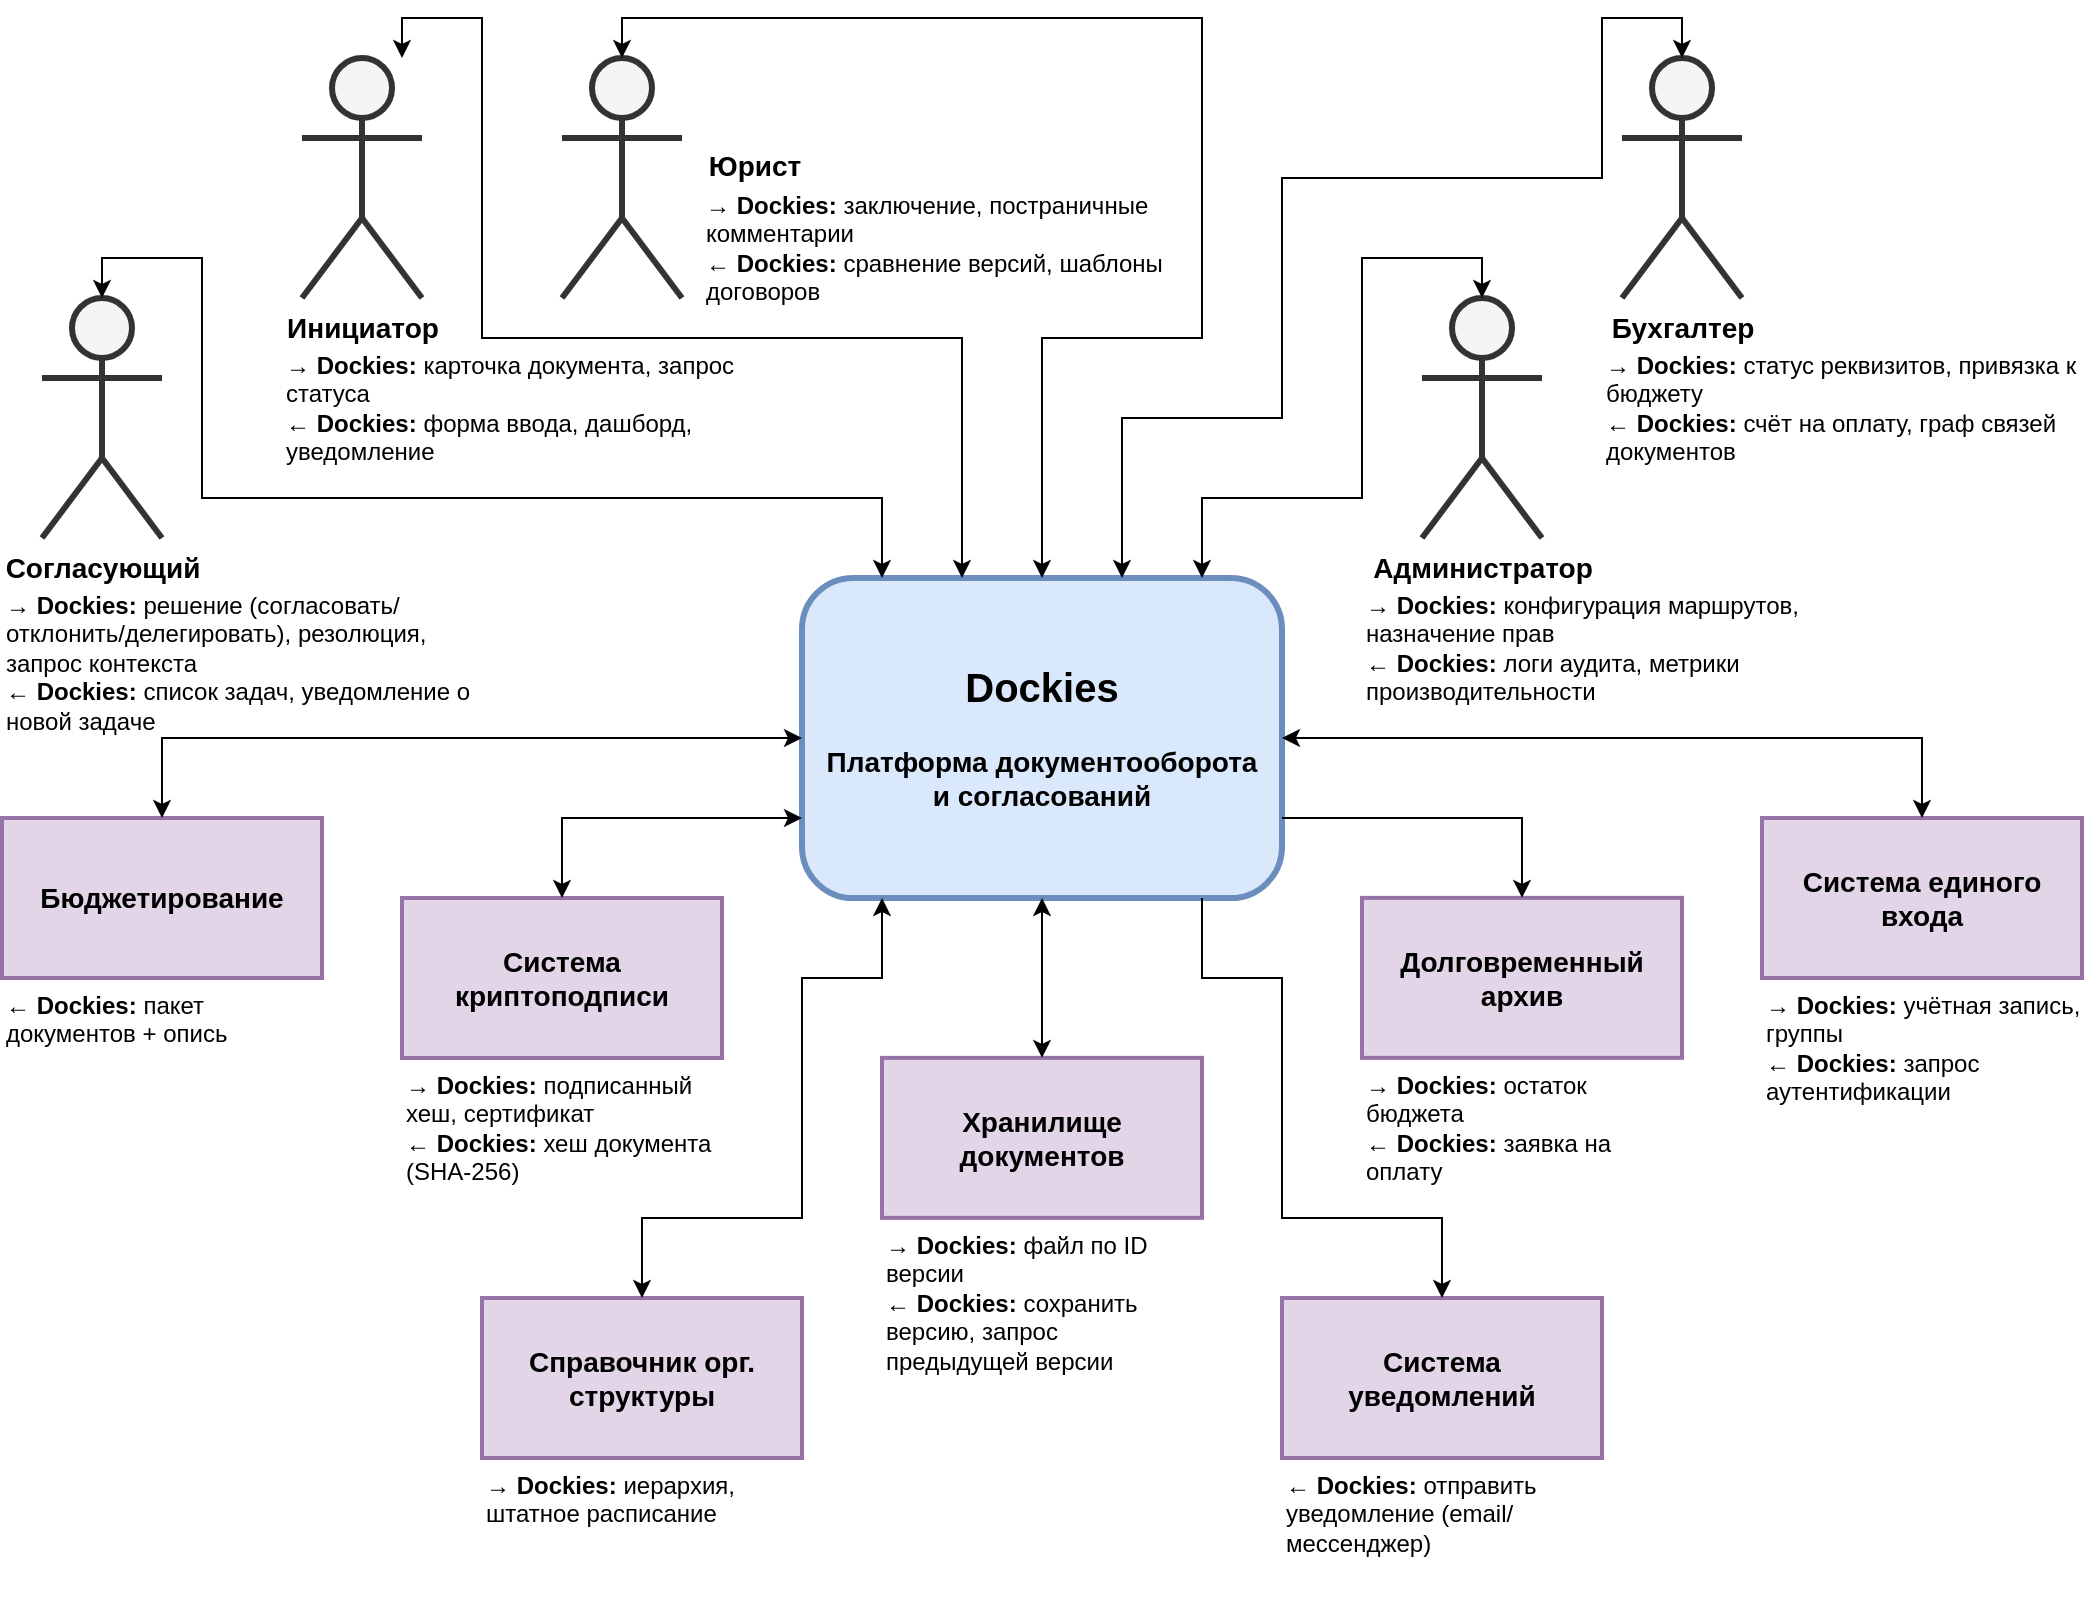
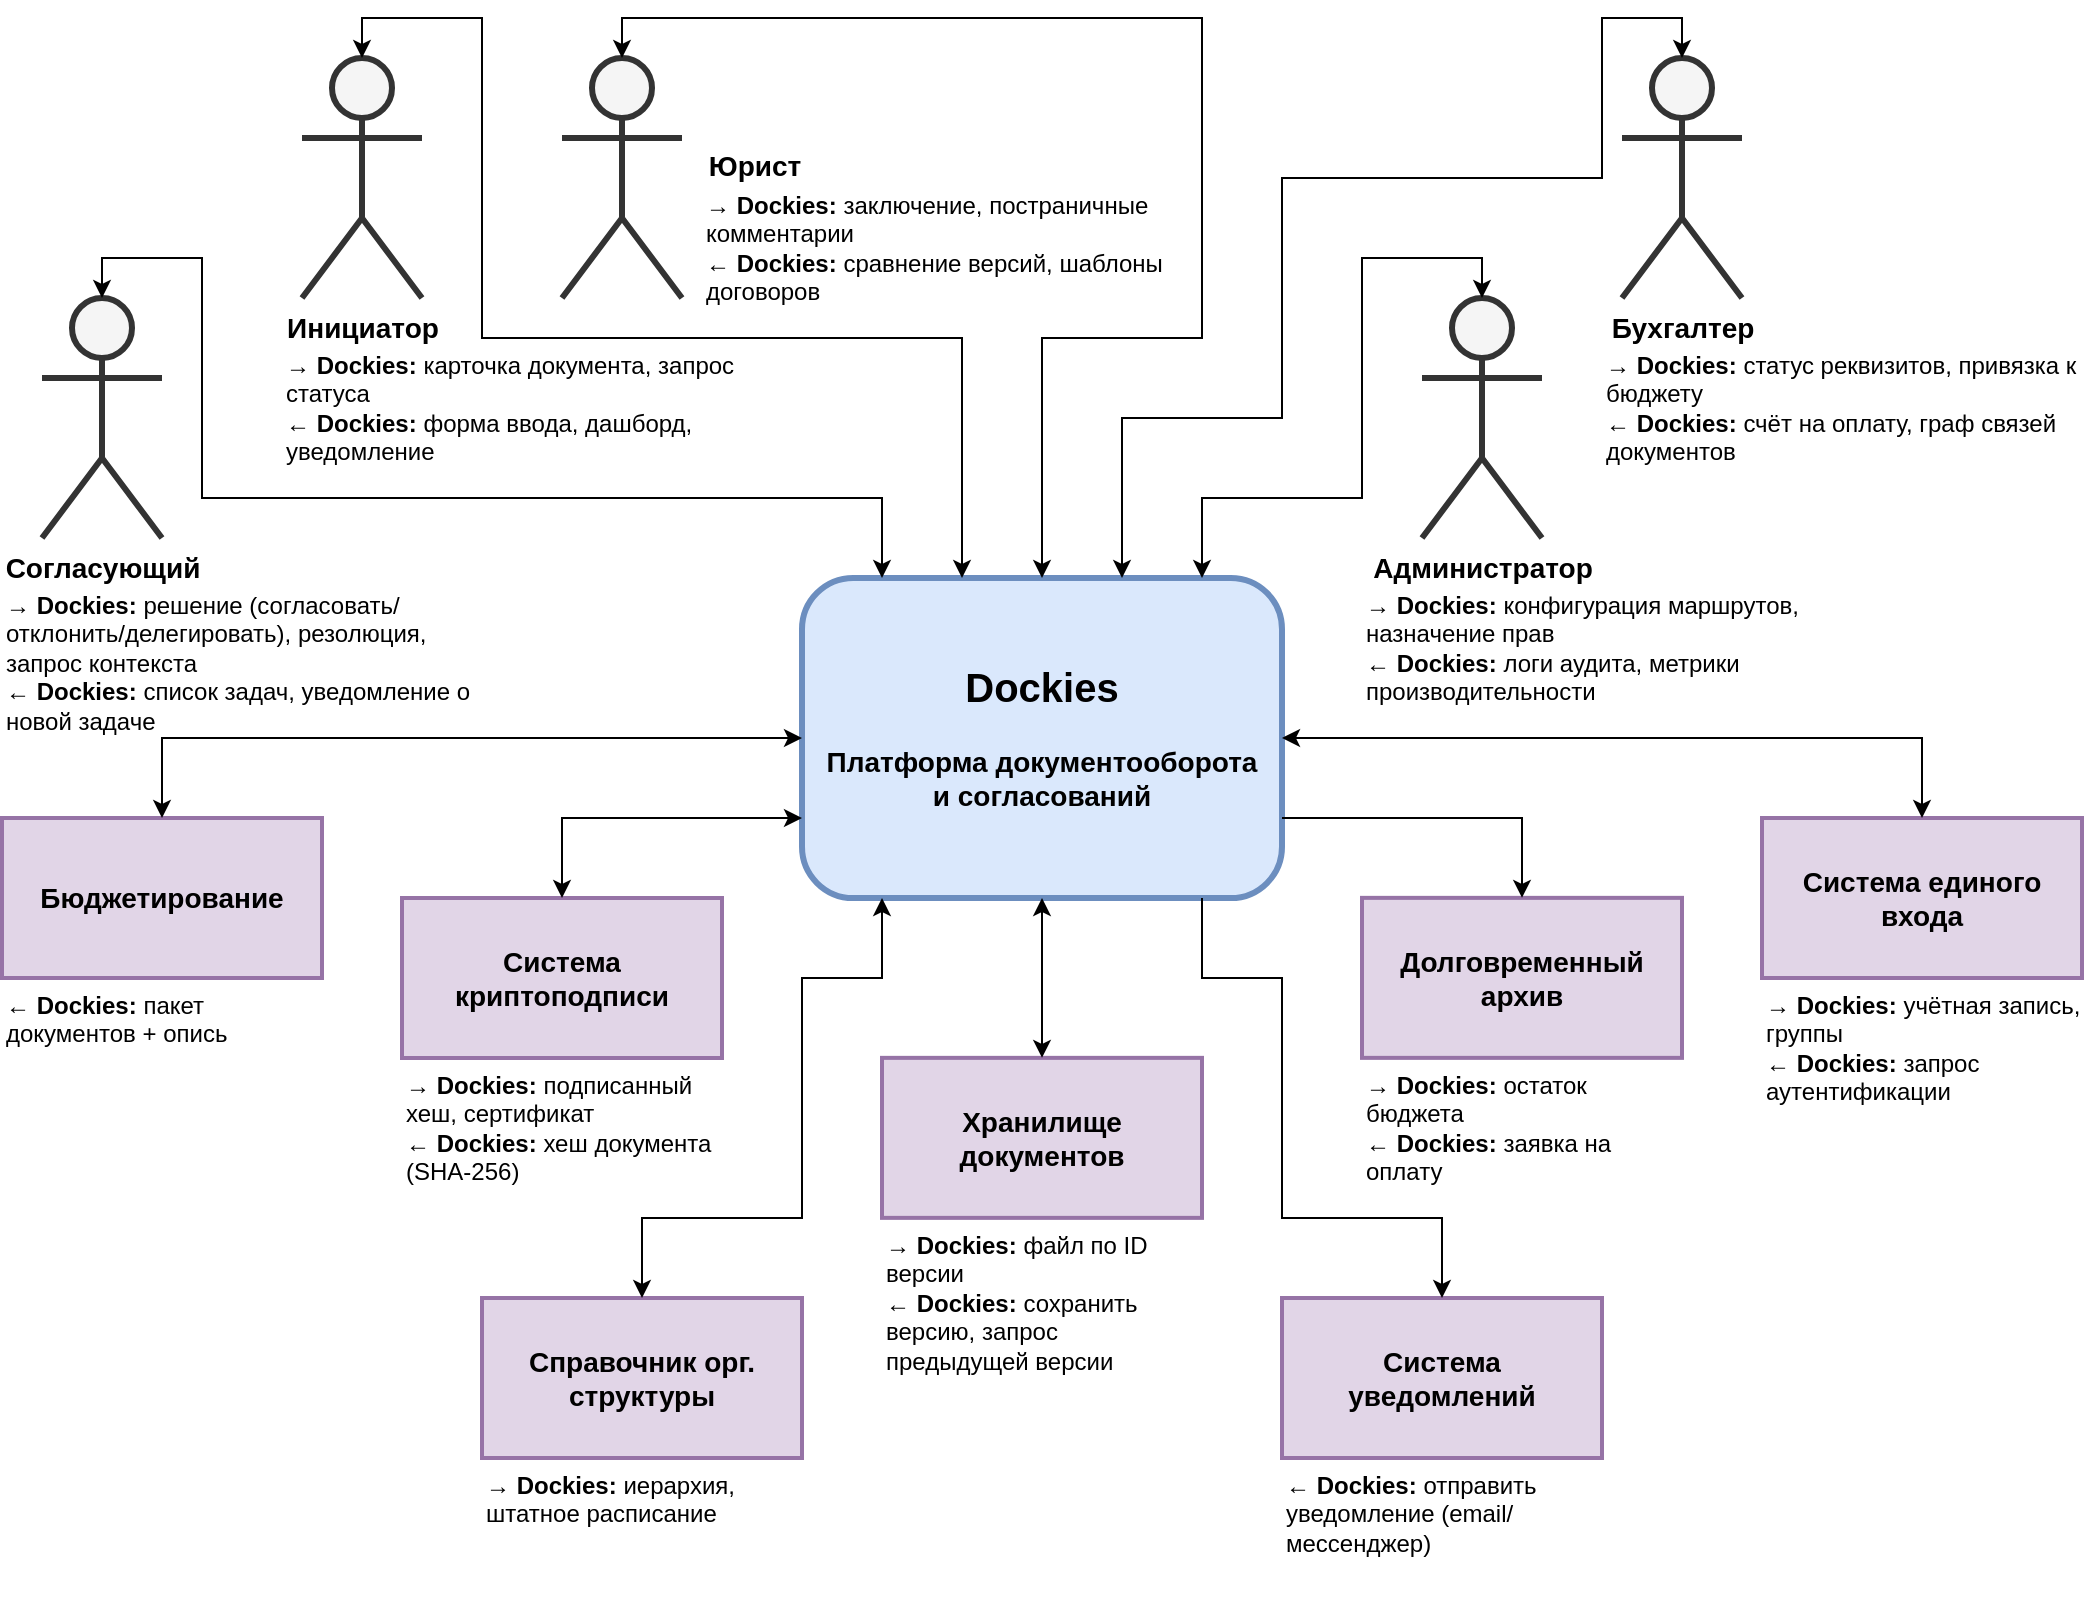
- <mxfile host="drawio-plugin" modified="2026-05-20T16:00:39.838Z" agent="Mozilla/5.0 (Windows NT 10.0; Win64; x64) AppleWebKit/537.36 (KHTML, like Gecko) Chrome/137.0.0.0 Safari/537.36" etag="QXG0xxcirUBjGd_FqxHp" version="22.1.22" type="embed">
+ <mxfile host="drawio-plugin" modified="2026-05-21T10:26:29.912Z" agent="Mozilla/5.0 (Windows NT 10.0; Win64; x64) AppleWebKit/537.36 (KHTML, like Gecko) Chrome/137.0.0.0 Safari/537.36" etag="2q7IQHl7aEFqTe0_yePz" version="22.1.22" type="embed">
  <diagram name="Контекстная диаграмма Dockies" id="dockies-context">
-     <mxGraphModel dx="671" dy="398" grid="1" gridSize="10" guides="1" tooltips="1" connect="1" arrows="1" fold="1" page="1" pageScale="1" pageWidth="1600" pageHeight="1200" math="0" shadow="0">
+     <mxGraphModel dx="536" dy="280" grid="1" gridSize="10" guides="1" tooltips="1" connect="1" arrows="1" fold="1" page="1" pageScale="1" pageWidth="1600" pageHeight="1200" math="0" shadow="0">
      <root>
        <mxCell id="0" />
        <mxCell id="1" parent="0" />
        <mxCell id="dockies" value="&lt;b style=&quot;font-size:20px&quot;&gt;Dockies&lt;br&gt;&lt;/b&gt;&lt;br&gt;Платформа документооборота&lt;br&gt;и согласований" style="rounded=1;whiteSpace=wrap;html=1;fillColor=#dae8fc;strokeColor=#6c8ebf;strokeWidth=3;fontSize=14;fontStyle=1;align=center;arcSize=16;" parent="1" vertex="1">
          <mxGeometry x="880" y="640" width="240" height="160" as="geometry" />
        </mxCell>
        <mxCell id="initiator" value="Инициатор" style="shape=umlActor;verticalLabelPosition=bottom;verticalAlign=top;html=1;outlineConnect=0;strokeWidth=3;fillColor=#f5f5f5;strokeColor=#333333;fontSize=14;fontStyle=1" parent="1" vertex="1">
          <mxGeometry x="630" y="380" width="60" height="120" as="geometry" />
        </mxCell>
        <mxCell id="initiator-text" value="&lt;b style=&quot;font-size: 12px;&quot;&gt;→ Dockies:&lt;/b&gt; карточка документа, запрос статуса&lt;br style=&quot;font-size: 12px;&quot;&gt;&lt;b style=&quot;font-size: 12px;&quot;&gt;← Dockies:&lt;/b&gt; форма ввода, дашборд, уведомление" style="text;html=1;strokeColor=none;fillColor=none;align=left;verticalAlign=top;whiteSpace=wrap;fontSize=12;" parent="1" vertex="1">
          <mxGeometry x="620" y="520" width="240" height="80" as="geometry" />
        </mxCell>
-         <mxCell id="edge-init" style="edgeStyle=orthogonalEdgeStyle;rounded=0;orthogonalLoop=1;jettySize=auto;html=1;endArrow=classic;startArrow=classic;endFill=1;startFill=1;" parent="1" source="initiator" target="dockies" edge="1">
+         <mxCell id="edge-init" style="edgeStyle=orthogonalEdgeStyle;rounded=0;orthogonalLoop=1;jettySize=auto;html=1;endArrow=classic;startArrow=classic;endFill=1;startFill=1;exitX=0.5;exitY=0;exitDx=0;exitDy=0;exitPerimeter=0;" parent="1" source="initiator" target="dockies" edge="1">
          <mxGeometry relative="1" as="geometry">
            <Array as="points">
-               <mxPoint x="680" y="360" />
+               <mxPoint x="660" y="360" />
              <mxPoint x="720" y="360" />
              <mxPoint x="720" y="520" />
              <mxPoint x="960" y="520" />
            </Array>
          </mxGeometry>
        </mxCell>
        <mxCell id="approver" value="Согласующий" style="shape=umlActor;verticalLabelPosition=bottom;verticalAlign=top;html=1;outlineConnect=0;strokeWidth=3;fillColor=#f5f5f5;strokeColor=#333333;fontSize=14;fontStyle=1" parent="1" vertex="1">
          <mxGeometry x="500" y="500" width="60" height="120" as="geometry" />
        </mxCell>
        <mxCell id="approver-text" value="&lt;b style=&quot;font-size: 12px;&quot;&gt;→ Dockies:&lt;/b&gt; решение (согласовать/отклонить/делегировать), резолюция, запрос контекста&lt;br style=&quot;font-size: 12px;&quot;&gt;&lt;b style=&quot;font-size: 12px;&quot;&gt;← Dockies:&lt;/b&gt; список задач, уведомление о новой задаче" style="text;html=1;strokeColor=none;fillColor=none;align=left;verticalAlign=top;whiteSpace=wrap;fontSize=12;" parent="1" vertex="1">
          <mxGeometry x="480" y="640" width="240" height="80" as="geometry" />
        </mxCell>
        <mxCell id="edge-appr" style="edgeStyle=orthogonalEdgeStyle;rounded=0;orthogonalLoop=1;jettySize=auto;html=1;endArrow=classic;startArrow=classic;endFill=1;startFill=1;" parent="1" source="approver" target="dockies" edge="1">
          <mxGeometry relative="1" as="geometry">
            <Array as="points">
              <mxPoint x="530" y="480" />
              <mxPoint x="580" y="480" />
              <mxPoint x="580" y="600" />
              <mxPoint x="920" y="600" />
            </Array>
          </mxGeometry>
        </mxCell>
        <mxCell id="lawyer" value="Юрист" style="shape=umlActor;verticalLabelPosition=bottom;verticalAlign=top;html=1;outlineConnect=0;strokeWidth=3;fillColor=#f5f5f5;strokeColor=#333333;fontSize=14;fontStyle=1;spacingLeft=132;spacingBottom=0;spacingRight=0;spacingTop=-81;" parent="1" vertex="1">
          <mxGeometry x="760" y="380" width="60" height="120" as="geometry" />
        </mxCell>
        <mxCell id="lawyer-text" value="&lt;b style=&quot;font-size: 12px;&quot;&gt;→ Dockies:&lt;/b&gt; заключение, постраничные комментарии&lt;br style=&quot;font-size: 12px;&quot;&gt;&lt;b style=&quot;font-size: 12px;&quot;&gt;← Dockies:&lt;/b&gt; сравнение версий, шаблоны договоров" style="text;html=1;strokeColor=none;fillColor=none;align=left;verticalAlign=top;whiteSpace=wrap;fontSize=12;" parent="1" vertex="1">
          <mxGeometry x="830" y="440" width="240" height="80" as="geometry" />
        </mxCell>
        <mxCell id="edge-law" style="edgeStyle=orthogonalEdgeStyle;rounded=0;orthogonalLoop=1;jettySize=auto;html=1;endArrow=classic;startArrow=classic;endFill=1;startFill=1;" parent="1" source="lawyer" target="dockies" edge="1">
          <mxGeometry relative="1" as="geometry">
            <Array as="points">
              <mxPoint x="790" y="360" />
              <mxPoint x="1080" y="360" />
              <mxPoint x="1080" y="520" />
              <mxPoint x="1000" y="520" />
            </Array>
          </mxGeometry>
        </mxCell>
        <mxCell id="accountant" value="Бухгалтер" style="shape=umlActor;verticalLabelPosition=bottom;verticalAlign=top;html=1;outlineConnect=0;strokeWidth=3;fillColor=#f5f5f5;strokeColor=#333333;fontSize=14;fontStyle=1" parent="1" vertex="1">
          <mxGeometry x="1290" y="380" width="60" height="120" as="geometry" />
        </mxCell>
        <mxCell id="accountant-text" value="&lt;b style=&quot;font-size: 12px;&quot;&gt;→ Dockies:&lt;/b&gt; статус реквизитов, привязка к бюджету&lt;br style=&quot;font-size: 12px;&quot;&gt;&lt;b style=&quot;font-size: 12px;&quot;&gt;← Dockies:&lt;/b&gt; счёт на оплату, граф связей документов" style="text;html=1;strokeColor=none;fillColor=none;align=left;verticalAlign=top;whiteSpace=wrap;fontSize=12;" parent="1" vertex="1">
          <mxGeometry x="1280" y="520" width="240" height="80" as="geometry" />
        </mxCell>
        <mxCell id="edge-acc" style="edgeStyle=orthogonalEdgeStyle;rounded=0;orthogonalLoop=1;jettySize=auto;html=1;endArrow=classic;startArrow=classic;endFill=1;startFill=1;" parent="1" source="accountant" target="dockies" edge="1">
          <mxGeometry relative="1" as="geometry">
            <Array as="points">
              <mxPoint x="1320" y="360" />
              <mxPoint x="1280" y="360" />
              <mxPoint x="1280" y="440" />
              <mxPoint x="1120" y="440" />
              <mxPoint x="1120" y="560" />
              <mxPoint x="1040" y="560" />
            </Array>
          </mxGeometry>
        </mxCell>
        <mxCell id="admin" value="Администратор" style="shape=umlActor;verticalLabelPosition=bottom;verticalAlign=top;html=1;outlineConnect=0;strokeWidth=3;fillColor=#f5f5f5;strokeColor=#333333;fontSize=14;fontStyle=1" parent="1" vertex="1">
          <mxGeometry x="1190" y="500" width="60" height="120" as="geometry" />
        </mxCell>
        <mxCell id="admin-text" value="&lt;b style=&quot;font-size: 12px;&quot;&gt;→ Dockies:&lt;/b&gt; конфигурация маршрутов, назначение прав&lt;br style=&quot;font-size: 12px;&quot;&gt;&lt;b style=&quot;font-size: 12px;&quot;&gt;← Dockies:&lt;/b&gt; логи аудита, метрики производительности" style="text;html=1;strokeColor=none;fillColor=none;align=left;verticalAlign=top;whiteSpace=wrap;fontSize=12;" parent="1" vertex="1">
          <mxGeometry x="1160" y="640" width="240" height="80" as="geometry" />
        </mxCell>
        <mxCell id="edge-adm" style="edgeStyle=orthogonalEdgeStyle;rounded=0;orthogonalLoop=1;jettySize=auto;html=1;endArrow=classic;startArrow=classic;endFill=1;startFill=1;" parent="1" source="admin" target="dockies" edge="1">
          <mxGeometry relative="1" as="geometry">
            <Array as="points">
              <mxPoint x="1220" y="480" />
              <mxPoint x="1160" y="480" />
              <mxPoint x="1160" y="600" />
              <mxPoint x="1080" y="600" />
            </Array>
          </mxGeometry>
        </mxCell>
        <mxCell id="sso" value="&lt;font style=&quot;font-size: 14px;&quot;&gt;Система единого входа&lt;/font&gt;" style="rounded=0;whiteSpace=wrap;html=1;fillColor=#e1d5e7;strokeColor=#9673a6;strokeWidth=2;fontSize=14;fontStyle=1;" parent="1" vertex="1">
          <mxGeometry x="1360" y="760" width="160" height="80" as="geometry" />
        </mxCell>
        <mxCell id="sso-text" value="&lt;b style=&quot;font-size: 12px;&quot;&gt;→ Dockies:&lt;/b&gt; учётная запись, группы&lt;br style=&quot;font-size: 12px;&quot;&gt;&lt;b style=&quot;font-size: 12px;&quot;&gt;← Dockies:&lt;/b&gt; запрос аутентификации" style="text;html=1;strokeColor=none;fillColor=none;align=left;verticalAlign=top;whiteSpace=wrap;fontSize=12;" parent="1" vertex="1">
          <mxGeometry x="1360" y="840" width="160" height="80" as="geometry" />
        </mxCell>
        <mxCell id="edge-sso" style="edgeStyle=orthogonalEdgeStyle;rounded=0;orthogonalLoop=1;jettySize=auto;html=1;endArrow=classic;startArrow=classic;endFill=1;startFill=1;" parent="1" source="sso" target="dockies" edge="1">
          <mxGeometry relative="1" as="geometry">
            <Array as="points">
              <mxPoint x="1440" y="720" />
            </Array>
          </mxGeometry>
        </mxCell>
        <mxCell id="storage" value="&lt;font style=&quot;font-size: 14px;&quot;&gt;Хранилище документов&lt;/font&gt;" style="rounded=0;whiteSpace=wrap;html=1;fillColor=#e1d5e7;strokeColor=#9673a6;strokeWidth=2;fontSize=14;fontStyle=1;" parent="1" vertex="1">
          <mxGeometry x="920" y="879.9300000000001" width="160" height="80" as="geometry" />
        </mxCell>
        <mxCell id="storage-text" value="&lt;font style=&quot;font-size: 12px;&quot;&gt;&lt;b style=&quot;font-size: 12px;&quot;&gt;→ Dockies:&lt;/b&gt; файл по ID версии&lt;br style=&quot;font-size: 12px;&quot;&gt;&lt;b style=&quot;font-size: 12px;&quot;&gt;← Dockies:&lt;/b&gt; сохранить версию, запрос предыдущей версии&lt;/font&gt;" style="text;html=1;strokeColor=none;fillColor=none;align=left;verticalAlign=top;whiteSpace=wrap;fontSize=12;" parent="1" vertex="1">
          <mxGeometry x="920" y="959.9300000000001" width="160" height="80" as="geometry" />
        </mxCell>
        <mxCell id="edge-stor" style="edgeStyle=orthogonalEdgeStyle;rounded=0;orthogonalLoop=1;jettySize=auto;html=1;endArrow=classic;startArrow=classic;endFill=1;startFill=1;exitX=0.5;exitY=0;exitDx=0;exitDy=0;" parent="1" source="storage" target="dockies" edge="1">
          <mxGeometry relative="1" as="geometry">
            <Array as="points">
              <mxPoint x="1000" y="840" />
              <mxPoint x="1000" y="840" />
            </Array>
            <mxPoint x="1030" y="970" as="sourcePoint" />
          </mxGeometry>
        </mxCell>
        <mxCell id="notif" value="&lt;font style=&quot;font-size: 14px;&quot;&gt;Система &lt;br style=&quot;font-size: 14px;&quot;&gt;уведомлений&lt;/font&gt;" style="rounded=0;whiteSpace=wrap;html=1;fillColor=#e1d5e7;strokeColor=#9673a6;strokeWidth=2;fontSize=14;fontStyle=1;" parent="1" vertex="1">
          <mxGeometry x="1120" y="1000" width="160" height="80" as="geometry" />
        </mxCell>
        <mxCell id="notif-text" value="&lt;b style=&quot;font-size: 12px;&quot;&gt;← Dockies:&lt;/b&gt; отправить уведомление (email/мессенджер)" style="text;html=1;strokeColor=none;fillColor=none;align=left;verticalAlign=top;whiteSpace=wrap;fontSize=12;" parent="1" vertex="1">
          <mxGeometry x="1120" y="1080" width="160" height="80" as="geometry" />
        </mxCell>
        <mxCell id="edge-notif" style="edgeStyle=orthogonalEdgeStyle;rounded=0;orthogonalLoop=1;jettySize=auto;html=1;endArrow=classic;endFill=1;" parent="1" source="dockies" target="notif" edge="1">
          <mxGeometry relative="1" as="geometry">
            <Array as="points">
              <mxPoint x="1080" y="840" />
              <mxPoint x="1120" y="840" />
              <mxPoint x="1120" y="960" />
              <mxPoint x="1200" y="960" />
            </Array>
          </mxGeometry>
        </mxCell>
        <mxCell id="org" value="&lt;font style=&quot;font-size: 14px;&quot;&gt;Справочник орг. структуры&lt;/font&gt;" style="rounded=0;whiteSpace=wrap;html=1;fillColor=#e1d5e7;strokeColor=#9673a6;strokeWidth=2;fontSize=14;fontStyle=1;" parent="1" vertex="1">
          <mxGeometry x="720" y="1000" width="160" height="80" as="geometry" />
        </mxCell>
        <mxCell id="org-text" value="&lt;font style=&quot;font-size: 12px;&quot;&gt;&lt;b style=&quot;font-size: 12px;&quot;&gt;→ Dockies:&lt;/b&gt; иерархия, штатное расписание&lt;/font&gt;" style="text;html=1;strokeColor=none;fillColor=none;align=left;verticalAlign=top;whiteSpace=wrap;fontSize=12;" parent="1" vertex="1">
          <mxGeometry x="720" y="1080" width="160" height="80" as="geometry" />
        </mxCell>
        <mxCell id="edge-org" style="edgeStyle=orthogonalEdgeStyle;rounded=0;orthogonalLoop=1;jettySize=auto;html=1;endArrow=classic;startArrow=classic;endFill=1;startFill=1;" parent="1" source="org" target="dockies" edge="1">
          <mxGeometry relative="1" as="geometry">
            <Array as="points">
              <mxPoint x="800" y="960" />
              <mxPoint x="880" y="960" />
              <mxPoint x="880" y="840" />
              <mxPoint x="920" y="840" />
            </Array>
          </mxGeometry>
        </mxCell>
        <mxCell id="crypto" value="Система криптоподписи" style="rounded=0;whiteSpace=wrap;html=1;fillColor=#e1d5e7;strokeColor=#9673a6;strokeWidth=2;fontSize=14;fontStyle=1;" parent="1" vertex="1">
          <mxGeometry x="680" y="800" width="160" height="80" as="geometry" />
        </mxCell>
        <mxCell id="crypto-text" value="&lt;b style=&quot;font-size: 12px;&quot;&gt;→ Dockies:&lt;/b&gt; подписанный хеш, сертификат&lt;br style=&quot;font-size: 12px;&quot;&gt;&lt;b style=&quot;font-size: 12px;&quot;&gt;← Dockies:&lt;/b&gt; хеш документа (SHA-256)" style="text;html=1;strokeColor=none;fillColor=none;align=left;verticalAlign=top;whiteSpace=wrap;fontSize=12;" parent="1" vertex="1">
          <mxGeometry x="680" y="879.93" width="160" height="80.07" as="geometry" />
        </mxCell>
        <mxCell id="edge-crypt" style="edgeStyle=orthogonalEdgeStyle;rounded=0;orthogonalLoop=1;jettySize=auto;html=1;endArrow=classic;startArrow=classic;endFill=1;startFill=1;" parent="1" source="crypto" target="dockies" edge="1">
          <mxGeometry relative="1" as="geometry">
            <Array as="points">
              <mxPoint x="760" y="760" />
            </Array>
          </mxGeometry>
        </mxCell>
        <mxCell id="archive" value="&lt;font style=&quot;font-size: 14px;&quot; face=&quot;Helvetica&quot;&gt;Долговременный архив&lt;/font&gt;" style="rounded=0;whiteSpace=wrap;html=1;fillColor=#e1d5e7;strokeColor=#9673a6;strokeWidth=2;fontSize=14;fontStyle=1;" parent="1" vertex="1">
          <mxGeometry x="1160" y="799.93" width="160" height="80" as="geometry" />
        </mxCell>
        <mxCell id="archive-text" value="&lt;b style=&quot;font-size: 12px;&quot;&gt;← Dockies:&lt;/b&gt; пакет документов + опись" style="text;html=1;strokeColor=none;fillColor=none;align=left;verticalAlign=top;whiteSpace=wrap;fontSize=12;" parent="1" vertex="1">
          <mxGeometry x="480" y="840" width="160" height="40" as="geometry" />
        </mxCell>
        <mxCell id="edge-arch" style="edgeStyle=orthogonalEdgeStyle;rounded=0;orthogonalLoop=1;jettySize=auto;html=1;endArrow=classic;endFill=1;entryX=0.5;entryY=0;entryDx=0;entryDy=0;exitX=1;exitY=0.75;exitDx=0;exitDy=0;" parent="1" source="dockies" target="archive" edge="1">
          <mxGeometry relative="1" as="geometry">
            <mxPoint x="1160" y="720" as="sourcePoint" />
            <Array as="points">
              <mxPoint x="1240" y="760" />
            </Array>
          </mxGeometry>
        </mxCell>
        <mxCell id="budget" value="&lt;font style=&quot;font-size: 14px;&quot;&gt;Бюджетирование&lt;/font&gt;" style="rounded=0;whiteSpace=wrap;html=1;fillColor=#e1d5e7;strokeColor=#9673a6;strokeWidth=2;fontSize=14;fontStyle=1;" parent="1" vertex="1">
          <mxGeometry x="480" y="760" width="160" height="80" as="geometry" />
        </mxCell>
        <mxCell id="budget-text" value="&lt;font face=&quot;Helvetica&quot; style=&quot;font-size: 12px;&quot;&gt;&lt;b style=&quot;font-size: 12px;&quot;&gt;→ Dockies:&lt;/b&gt; остаток бюджета&lt;br style=&quot;font-size: 12px;&quot;&gt;&lt;b style=&quot;font-size: 12px;&quot;&gt;← Dockies:&lt;/b&gt; заявка на оплату&lt;/font&gt;" style="text;html=1;strokeColor=none;fillColor=none;align=left;verticalAlign=top;whiteSpace=wrap;fontSize=12;" parent="1" vertex="1">
          <mxGeometry x="1160" y="879.93" width="160" height="80.07" as="geometry" />
        </mxCell>
        <mxCell id="edge-bud" style="edgeStyle=orthogonalEdgeStyle;rounded=0;orthogonalLoop=1;jettySize=auto;html=1;endArrow=classic;startArrow=classic;endFill=1;startFill=1;exitX=0.5;exitY=0;exitDx=0;exitDy=0;" parent="1" source="budget" target="dockies" edge="1">
          <mxGeometry relative="1" as="geometry">
            <Array as="points">
              <mxPoint x="560" y="720" />
            </Array>
          </mxGeometry>
        </mxCell>
      </root>
    </mxGraphModel>
  </diagram>
</mxfile>
